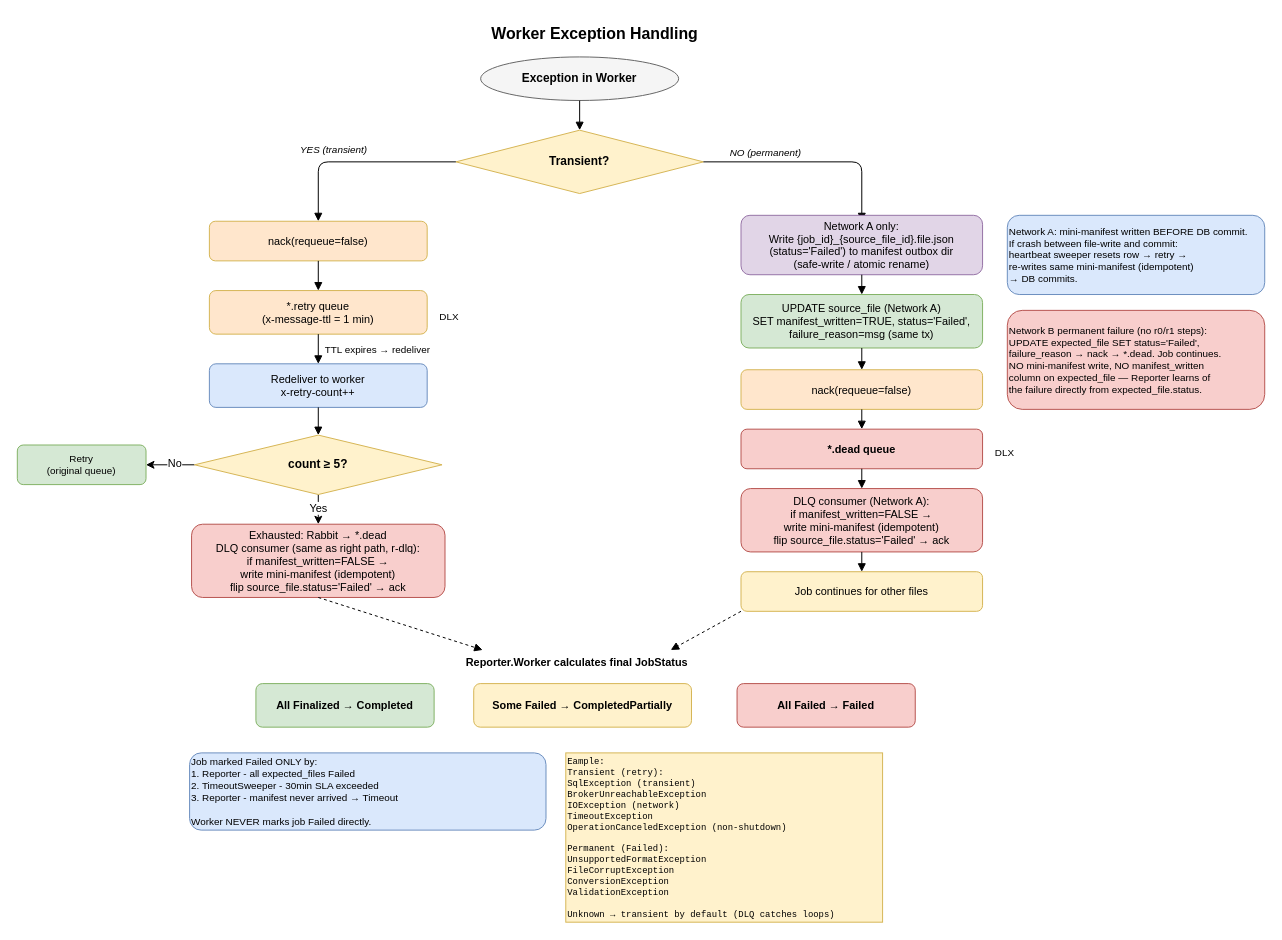
Before: docs/worker-exception-handling.drawio in ImriHarlev/Dintinct, a draw.io diagram. Source tidied: cells renumbered, new cells numbered last; positions are measured from the earlier drawing's top-left corner, leaving out a move shared by most shapes. Both pictures are drawn from the tidied source at 99%, with x=0, y=0 at pixel (17, 17).
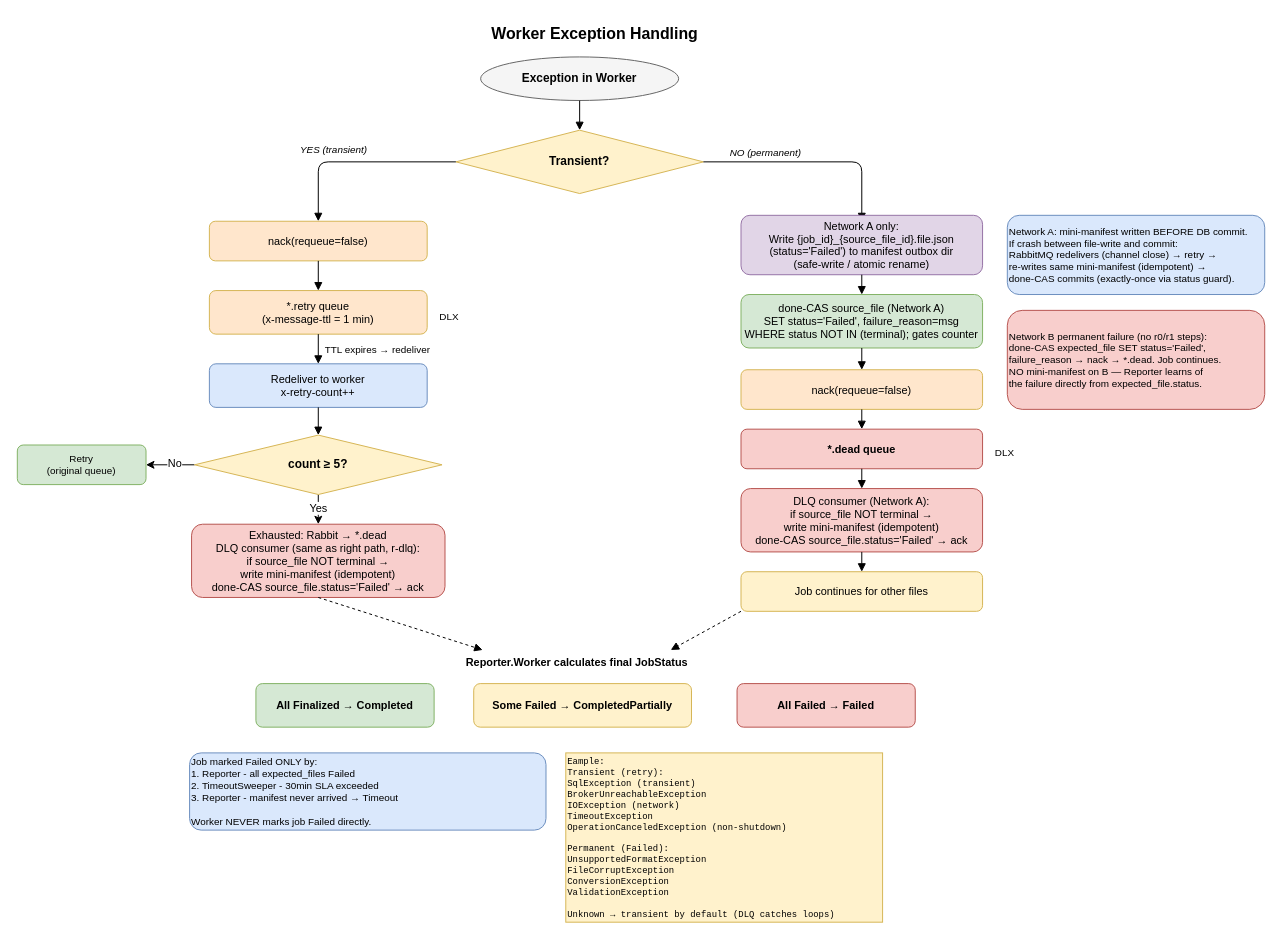
Above is the later version.

Commit message (it also covers changes not shown here):
check-point for Rabbit 3.13

The edit, as a diff of the source:
```diff
@@
-    <mxCell id="24" value="Exhausted: Rabbit → *.dead&#10;DLQ consumer (same as right path, r-dlq):&#10;if manifest_written=FALSE →&#10;  write mini-manifest (idempotent)&#10;flip source_file.status='Failed' → ack" style="rounded=1;fillColor=#f8cecc;strokeColor=#b85450;fontSize=11;" parent="1" vertex="1">
+    <mxCell id="24" value="Exhausted: Rabbit → *.dead&#10;DLQ consumer (same as right path, r-dlq):&#10;if source_file NOT terminal →&#10;  write mini-manifest (idempotent)&#10;done-CAS source_file.status='Failed' → ack" style="rounded=1;fillColor=#f8cecc;strokeColor=#b85450;fontSize=11;" parent="1" vertex="1">
       <mxGeometry x="176" y="512" width="256" height="74" as="geometry" />
     </mxCell>
@@
-    <mxCell id="27" value="UPDATE source_file (Network A)&#10;SET manifest_written=TRUE, status='Failed',&#10;failure_reason=msg  (same tx)" style="rounded=1;fillColor=#d5e8d4;strokeColor=#82b366;fontSize=11;" parent="1" vertex="1">
+    <mxCell id="27" value="done-CAS source_file (Network A)&#10;SET status='Failed', failure_reason=msg&#10;WHERE status NOT IN (terminal); gates counter" style="rounded=1;fillColor=#d5e8d4;strokeColor=#82b366;fontSize=11;" parent="1" vertex="1">
       <mxGeometry x="731" y="280" width="244" height="54" as="geometry" />
     </mxCell>
@@
-    <mxCell id="33" value="DLQ consumer (Network A):&#10;if manifest_written=FALSE →&#10;  write mini-manifest (idempotent)&#10;flip source_file.status='Failed' → ack" style="rounded=1;fillColor=#f8cecc;strokeColor=#b85450;fontSize=11;" parent="1" vertex="1">
+    <mxCell id="33" value="DLQ consumer (Network A):&#10;if source_file NOT terminal →&#10;  write mini-manifest (idempotent)&#10;done-CAS source_file.status='Failed' → ack" style="rounded=1;fillColor=#f8cecc;strokeColor=#b85450;fontSize=11;" parent="1" vertex="1">
       <mxGeometry x="731" y="476" width="244" height="64" as="geometry" />
     </mxCell>
@@
-    <mxCell id="36" value="Network A: mini-manifest written BEFORE DB commit.&#10;If crash between file-write and commit:&#10;heartbeat sweeper resets row → retry →&#10;re-writes same mini-manifest (idempotent)&#10;→ DB commits." style="rounded=1;fillColor=#dae8fc;strokeColor=#6c8ebf;fontSize=10;align=left;" parent="1" vertex="1">
+    <mxCell id="36" value="Network A: mini-manifest written BEFORE DB commit.&#10;If crash between file-write and commit:&#10;RabbitMQ redelivers (channel close) → retry →&#10;re-writes same mini-manifest (idempotent) →&#10;done-CAS commits (exactly-once via status guard)." style="rounded=1;fillColor=#dae8fc;strokeColor=#6c8ebf;fontSize=10;align=left;" parent="1" vertex="1">
       <mxGeometry x="1000" y="200" width="260" height="80" as="geometry" />
     </mxCell>
-    <mxCell id="37" value="Network B permanent failure (no r0/r1 steps):&#10;UPDATE expected_file SET status='Failed',&#10;failure_reason → nack → *.dead. Job continues.&#10;NO mini-manifest write, NO manifest_written&#10;column on expected_file — Reporter learns of&#10;the failure directly from expected_file.status." style="rounded=1;fillColor=#f8cecc;strokeColor=#b85450;fontSize=10;align=left;" parent="1" vertex="1">
+    <mxCell id="37" value="Network B permanent failure (no r0/r1 steps):&#10;done-CAS expected_file SET status='Failed',&#10;failure_reason → nack → *.dead. Job continues.&#10;NO mini-manifest on B — Reporter learns of&#10;the failure directly from expected_file.status." style="rounded=1;fillColor=#f8cecc;strokeColor=#b85450;fontSize=10;align=left;" parent="1" vertex="1">
       <mxGeometry x="1000" y="296" width="260" height="100" as="geometry" />
     </mxCell>
```
